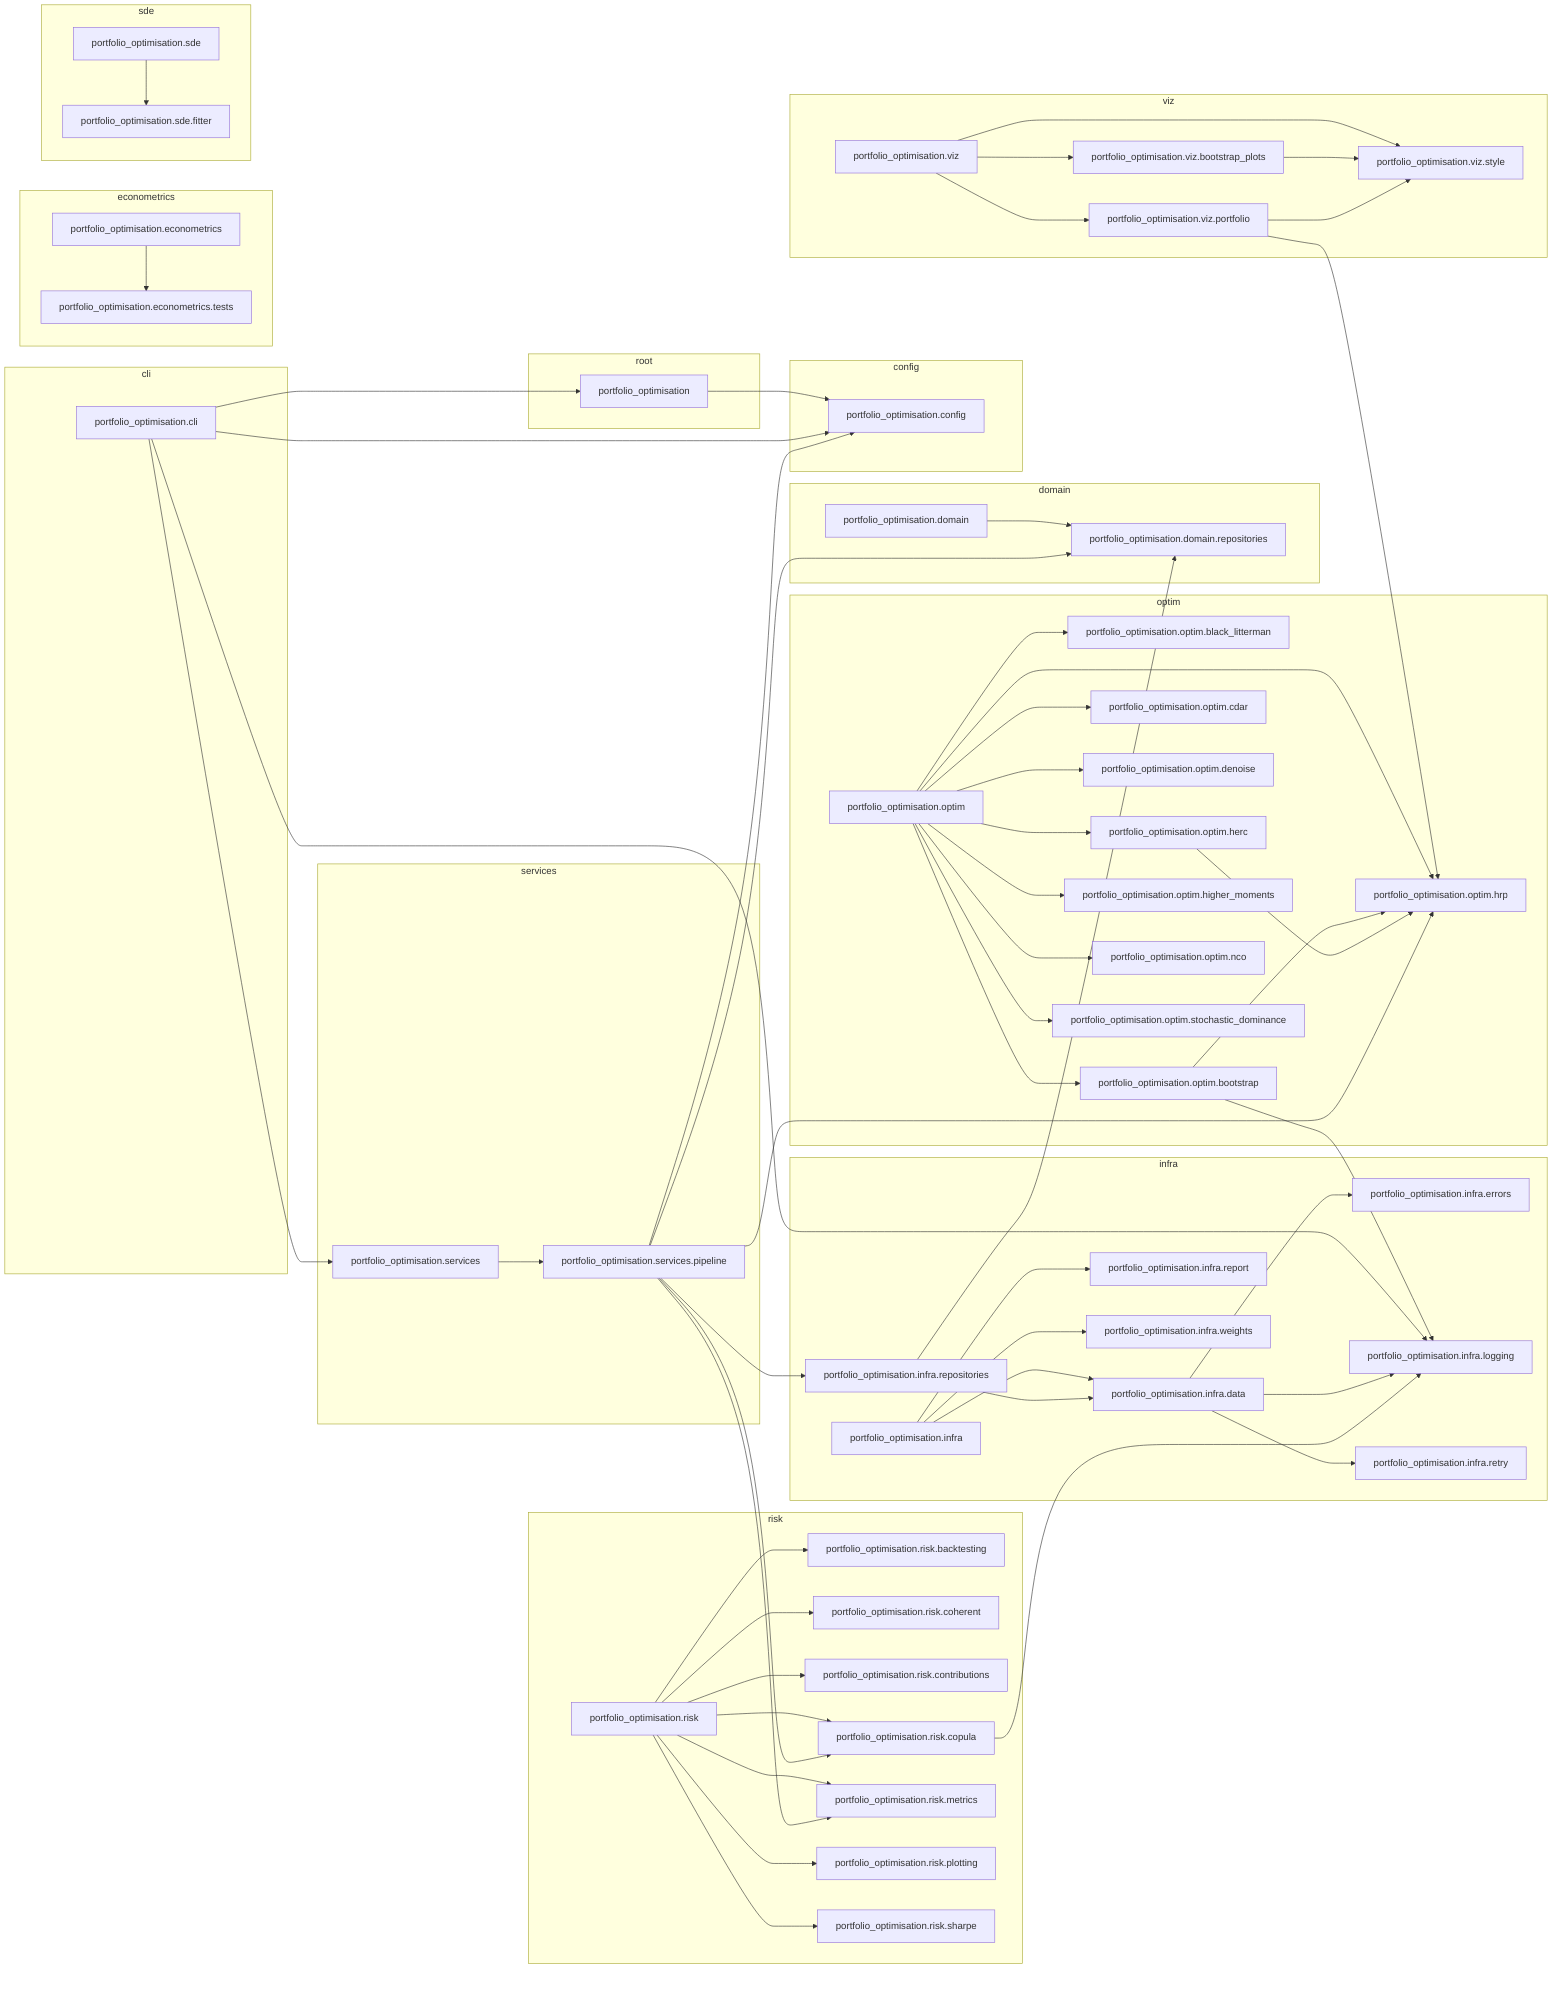
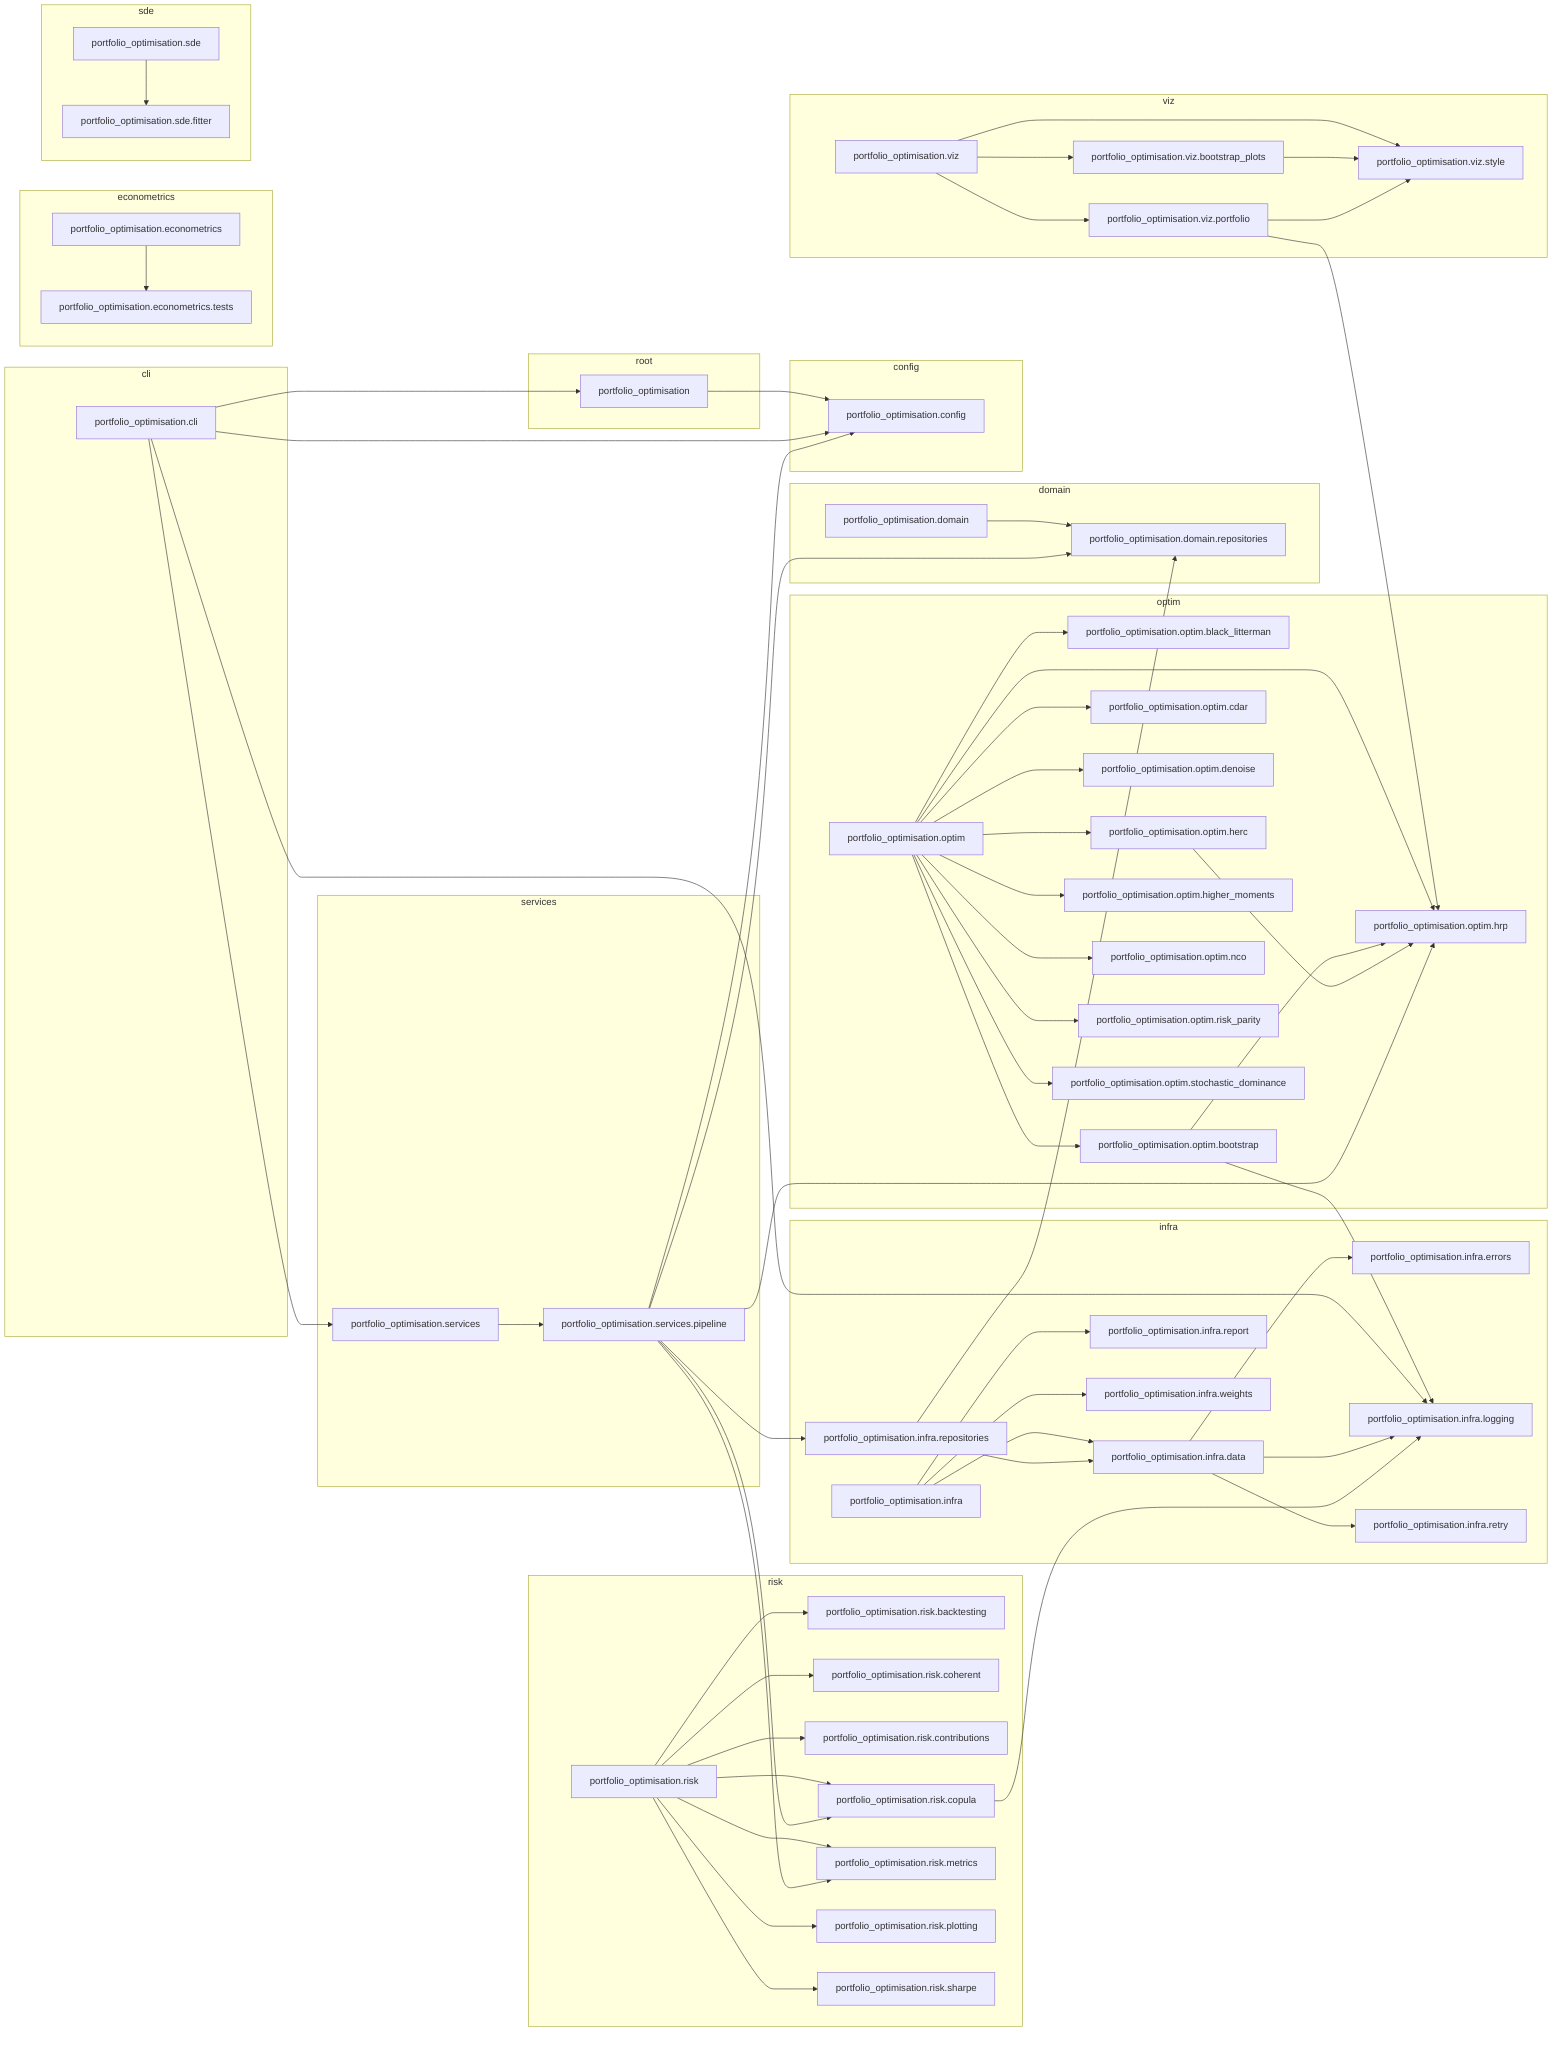
flowchart LR
    subgraph cli
        portfolio_optimisation_cli["portfolio_optimisation.cli"]
    end
    subgraph config
        portfolio_optimisation_config["portfolio_optimisation.config"]
    end
    subgraph domain
        portfolio_optimisation_domain["portfolio_optimisation.domain"]
        portfolio_optimisation_domain_repositories["portfolio_optimisation.domain.repositories"]
    end
    subgraph econometrics
        portfolio_optimisation_econometrics["portfolio_optimisation.econometrics"]
        portfolio_optimisation_econometrics_tests["portfolio_optimisation.econometrics.tests"]
    end
    subgraph infra
        portfolio_optimisation_infra["portfolio_optimisation.infra"]
        portfolio_optimisation_infra_data["portfolio_optimisation.infra.data"]
        portfolio_optimisation_infra_errors["portfolio_optimisation.infra.errors"]
        portfolio_optimisation_infra_logging["portfolio_optimisation.infra.logging"]
        portfolio_optimisation_infra_report["portfolio_optimisation.infra.report"]
        portfolio_optimisation_infra_repositories["portfolio_optimisation.infra.repositories"]
        portfolio_optimisation_infra_retry["portfolio_optimisation.infra.retry"]
        portfolio_optimisation_infra_weights["portfolio_optimisation.infra.weights"]
    end
    subgraph optim
        portfolio_optimisation_optim["portfolio_optimisation.optim"]
        portfolio_optimisation_optim_black_litterman["portfolio_optimisation.optim.black_litterman"]
        portfolio_optimisation_optim_bootstrap["portfolio_optimisation.optim.bootstrap"]
        portfolio_optimisation_optim_cdar["portfolio_optimisation.optim.cdar"]
        portfolio_optimisation_optim_denoise["portfolio_optimisation.optim.denoise"]
        portfolio_optimisation_optim_herc["portfolio_optimisation.optim.herc"]
        portfolio_optimisation_optim_higher_moments["portfolio_optimisation.optim.higher_moments"]
        portfolio_optimisation_optim_hrp["portfolio_optimisation.optim.hrp"]
        portfolio_optimisation_optim_nco["portfolio_optimisation.optim.nco"]
+         portfolio_optimisation_optim_risk_parity["portfolio_optimisation.optim.risk_parity"]
        portfolio_optimisation_optim_stochastic_dominance["portfolio_optimisation.optim.stochastic_dominance"]
    end
    subgraph risk
        portfolio_optimisation_risk["portfolio_optimisation.risk"]
        portfolio_optimisation_risk_backtesting["portfolio_optimisation.risk.backtesting"]
        portfolio_optimisation_risk_coherent["portfolio_optimisation.risk.coherent"]
        portfolio_optimisation_risk_contributions["portfolio_optimisation.risk.contributions"]
        portfolio_optimisation_risk_copula["portfolio_optimisation.risk.copula"]
        portfolio_optimisation_risk_metrics["portfolio_optimisation.risk.metrics"]
        portfolio_optimisation_risk_plotting["portfolio_optimisation.risk.plotting"]
        portfolio_optimisation_risk_sharpe["portfolio_optimisation.risk.sharpe"]
    end
    subgraph root
        portfolio_optimisation["portfolio_optimisation"]
    end
    subgraph sde
        portfolio_optimisation_sde["portfolio_optimisation.sde"]
        portfolio_optimisation_sde_fitter["portfolio_optimisation.sde.fitter"]
    end
    subgraph services
        portfolio_optimisation_services["portfolio_optimisation.services"]
        portfolio_optimisation_services_pipeline["portfolio_optimisation.services.pipeline"]
    end
    subgraph viz
        portfolio_optimisation_viz["portfolio_optimisation.viz"]
        portfolio_optimisation_viz_bootstrap_plots["portfolio_optimisation.viz.bootstrap_plots"]
        portfolio_optimisation_viz_portfolio["portfolio_optimisation.viz.portfolio"]
        portfolio_optimisation_viz_style["portfolio_optimisation.viz.style"]
    end
    portfolio_optimisation --> portfolio_optimisation_config
    portfolio_optimisation_cli --> portfolio_optimisation
    portfolio_optimisation_cli --> portfolio_optimisation_config
    portfolio_optimisation_cli --> portfolio_optimisation_infra_logging
    portfolio_optimisation_cli --> portfolio_optimisation_services
    portfolio_optimisation_domain --> portfolio_optimisation_domain_repositories
    portfolio_optimisation_econometrics --> portfolio_optimisation_econometrics_tests
    portfolio_optimisation_infra --> portfolio_optimisation_infra_data
    portfolio_optimisation_infra --> portfolio_optimisation_infra_report
    portfolio_optimisation_infra --> portfolio_optimisation_infra_weights
    portfolio_optimisation_infra_data --> portfolio_optimisation_infra_errors
    portfolio_optimisation_infra_data --> portfolio_optimisation_infra_logging
    portfolio_optimisation_infra_data --> portfolio_optimisation_infra_retry
    portfolio_optimisation_infra_repositories --> portfolio_optimisation_domain_repositories
    portfolio_optimisation_infra_repositories --> portfolio_optimisation_infra_data
    portfolio_optimisation_optim --> portfolio_optimisation_optim_black_litterman
    portfolio_optimisation_optim --> portfolio_optimisation_optim_bootstrap
    portfolio_optimisation_optim --> portfolio_optimisation_optim_cdar
    portfolio_optimisation_optim --> portfolio_optimisation_optim_denoise
    portfolio_optimisation_optim --> portfolio_optimisation_optim_herc
    portfolio_optimisation_optim --> portfolio_optimisation_optim_higher_moments
    portfolio_optimisation_optim --> portfolio_optimisation_optim_hrp
    portfolio_optimisation_optim --> portfolio_optimisation_optim_nco
+     portfolio_optimisation_optim --> portfolio_optimisation_optim_risk_parity
    portfolio_optimisation_optim --> portfolio_optimisation_optim_stochastic_dominance
    portfolio_optimisation_optim_bootstrap --> portfolio_optimisation_infra_logging
    portfolio_optimisation_optim_bootstrap --> portfolio_optimisation_optim_hrp
    portfolio_optimisation_optim_herc --> portfolio_optimisation_optim_hrp
    portfolio_optimisation_risk --> portfolio_optimisation_risk_backtesting
    portfolio_optimisation_risk --> portfolio_optimisation_risk_coherent
    portfolio_optimisation_risk --> portfolio_optimisation_risk_contributions
    portfolio_optimisation_risk --> portfolio_optimisation_risk_copula
    portfolio_optimisation_risk --> portfolio_optimisation_risk_metrics
    portfolio_optimisation_risk --> portfolio_optimisation_risk_plotting
    portfolio_optimisation_risk --> portfolio_optimisation_risk_sharpe
    portfolio_optimisation_risk_copula --> portfolio_optimisation_infra_logging
    portfolio_optimisation_sde --> portfolio_optimisation_sde_fitter
    portfolio_optimisation_services --> portfolio_optimisation_services_pipeline
    portfolio_optimisation_services_pipeline --> portfolio_optimisation_config
    portfolio_optimisation_services_pipeline --> portfolio_optimisation_domain_repositories
    portfolio_optimisation_services_pipeline --> portfolio_optimisation_infra_repositories
    portfolio_optimisation_services_pipeline --> portfolio_optimisation_optim_hrp
    portfolio_optimisation_services_pipeline --> portfolio_optimisation_risk_copula
    portfolio_optimisation_services_pipeline --> portfolio_optimisation_risk_metrics
    portfolio_optimisation_viz --> portfolio_optimisation_viz_bootstrap_plots
    portfolio_optimisation_viz --> portfolio_optimisation_viz_portfolio
    portfolio_optimisation_viz --> portfolio_optimisation_viz_style
    portfolio_optimisation_viz_bootstrap_plots --> portfolio_optimisation_viz_style
    portfolio_optimisation_viz_portfolio --> portfolio_optimisation_optim_hrp
    portfolio_optimisation_viz_portfolio --> portfolio_optimisation_viz_style
